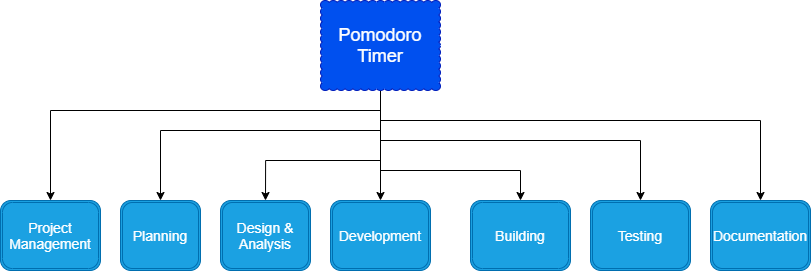
Before: WBS.drawio.png, a diagram exported from draw.io (asherbav/WBS). Source tidied: cells renumbered, new cells last; positions are measured from the earlier drawing's top-left corner, leaving out a move shared by most shapes.
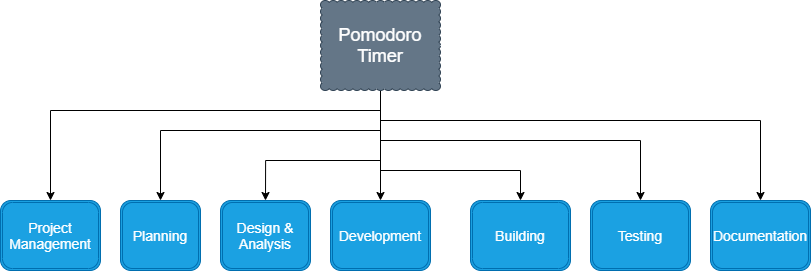
The same file after the commit.

What changed in the source:
```diff
@@ -53,7 +53,7 @@
         </Array>
       </mxGeometry>
     </mxCell>
-    <mxCell id="9" value="&lt;font style=&quot;font-size: 18px&quot;&gt;Pomodoro Timer&lt;/font&gt;" style="whiteSpace=wrap;html=1;shape=mxgraph.basic.cloud_rect;fillColor=#0050ef;strokeColor=#001DBC;fontColor=#ffffff;" parent="1" vertex="1">
+    <mxCell id="9" value="&lt;font style=&quot;font-size: 18px&quot;&gt;Pomodoro Timer&lt;/font&gt;" style="whiteSpace=wrap;html=1;shape=mxgraph.basic.cloud_rect;fillColor=#647687;strokeColor=#314354;fontColor=#ffffff;" parent="1" vertex="1">
       <mxGeometry x="320" width="120" height="90" as="geometry" />
     </mxCell>
     <mxCell id="10" value="&lt;font style=&quot;font-size: 14px&quot;&gt;Project Management&lt;/font&gt;" style="shape=ext;double=1;rounded=1;whiteSpace=wrap;html=1;fillColor=#1ba1e2;strokeColor=#006EAF;fontColor=#ffffff;" parent="1" vertex="1">
```
